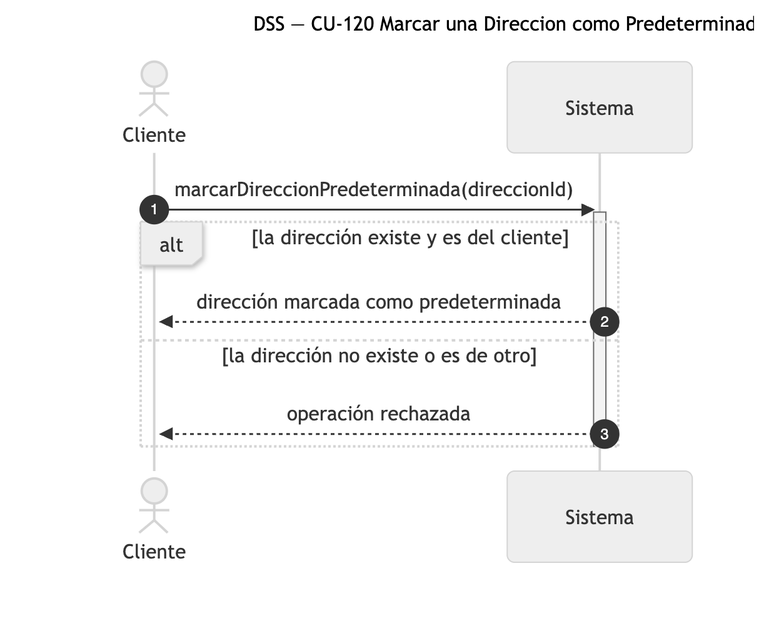
This is diagramas/png/DSS_CU-120_Marcar-una-Direccion-como-Predeterminada.png from Nahuelito-Dev/splg-docs, a Mermaid export, as it was before one commit. Its source is kept beside it as diagramas/DSS_CU-120_Marcar-una-Direccion-como-Predeterminada.mmd.
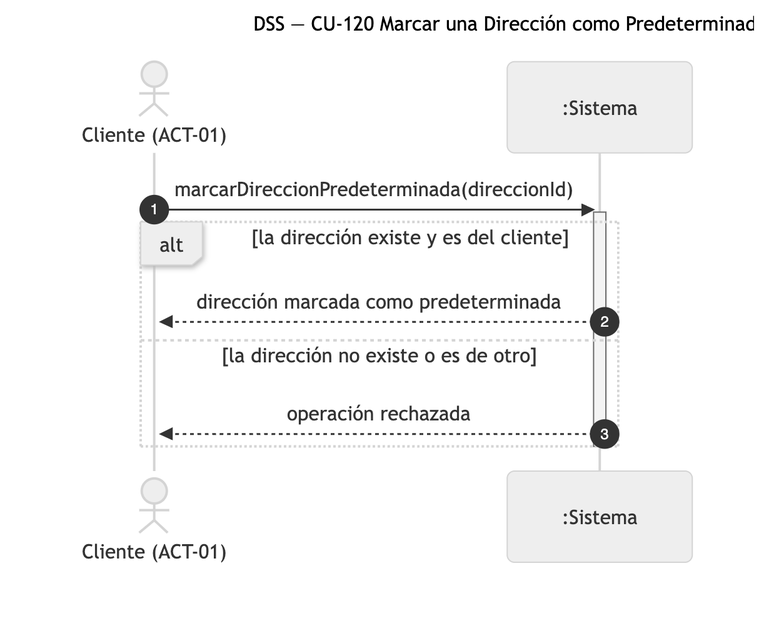
The same diagram one commit later.

Diff of the diagram source:
```diff
@@ -1,8 +1,8 @@
 sequenceDiagram
-    title DSS — CU-120 Marcar una Direccion como Predeterminada
+    title DSS — CU-120 Marcar una Dirección como Predeterminada
     autonumber
-    actor CLI as Cliente
-    participant SIS as Sistema
+    actor CLI as Cliente (ACT-01)
+    participant SIS as :Sistema
 
     CLI->>SIS: marcarDireccionPredeterminada(direccionId)
     activate SIS
```
